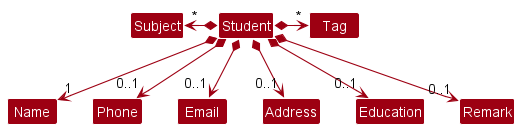
nus-cs2103-AY2223S2/tp keeps this PlantUML diagram as docs/images/StudentClassDiagram.png. Above is the earlier version. Its diagram source:
```plantuml
@startuml
!include style.puml
skinparam arrowThickness 1.1
skinparam arrowColor MODEL_COLOR
skinparam classBackgroundColor MODEL_COLOR

Student *-right-> "*" Tag
Student *-left-> "*" Subject

Student *--> "1" Name
Student *--> "0..1" Phone
Student *--> "0..1" Email
Student *--> "0..1" Address
Student *--> "0..1" Education
Student *--> "0..1" Remark

@enduml
```
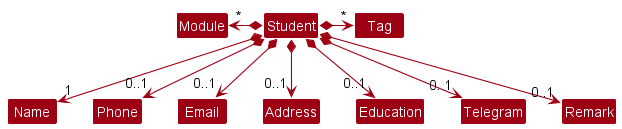
After the commit.

Diff of the diagram source:
```diff
@@ -5,13 +5,14 @@
 skinparam classBackgroundColor MODEL_COLOR
 
 Student *-right-> "*" Tag
-Student *-left-> "*" Subject
+Student *-left-> "*" Module
 
 Student *--> "1" Name
 Student *--> "0..1" Phone
 Student *--> "0..1" Email
 Student *--> "0..1" Address
 Student *--> "0..1" Education
+Student *--> "0..1" Telegram
 Student *--> "0..1" Remark
 
 @enduml
```
